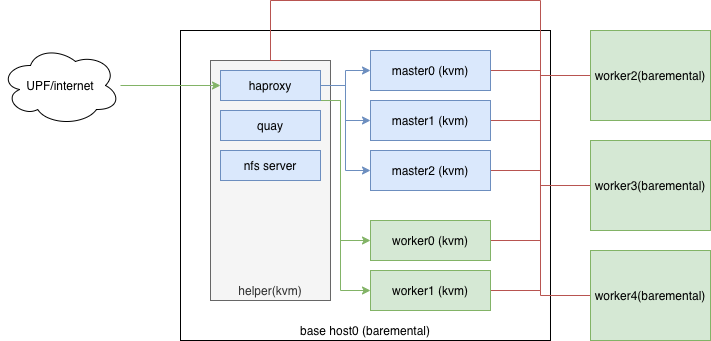
The draw.io diagram redhat/ocp4/4.5/4.5.install.dia.drawio.png in wangzheng422/docker_env, before a commit. Source tidied: cells renumbered, new cells last; positions are measured from the earlier drawing's top-left corner, leaving out a move shared by most shapes.
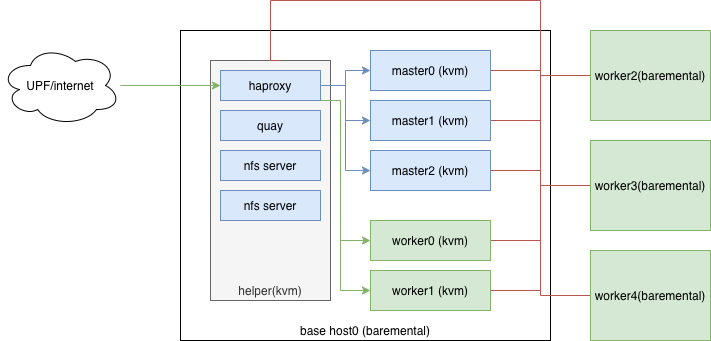
Above is the later version.

The edit, as a diff of the source:
```diff
@@ -106,5 +106,8 @@
     <mxCell id="31" value="worker4(baremental)" style="rounded=0;whiteSpace=wrap;html=1;fillColor=#d5e8d4;strokeColor=#82b366;" parent="5" vertex="1">
       <mxGeometry x="590" y="250" width="120" height="90" as="geometry" />
     </mxCell>
+    <mxCell id="32" value="nfs server" style="rounded=0;whiteSpace=wrap;html=1;fillColor=#dae8fc;strokeColor=#6c8ebf;" parent="5" vertex="1">
+      <mxGeometry x="220" y="190" width="100" height="30" as="geometry" />
+    </mxCell>
   </root>
 </mxGraphModel>
```
